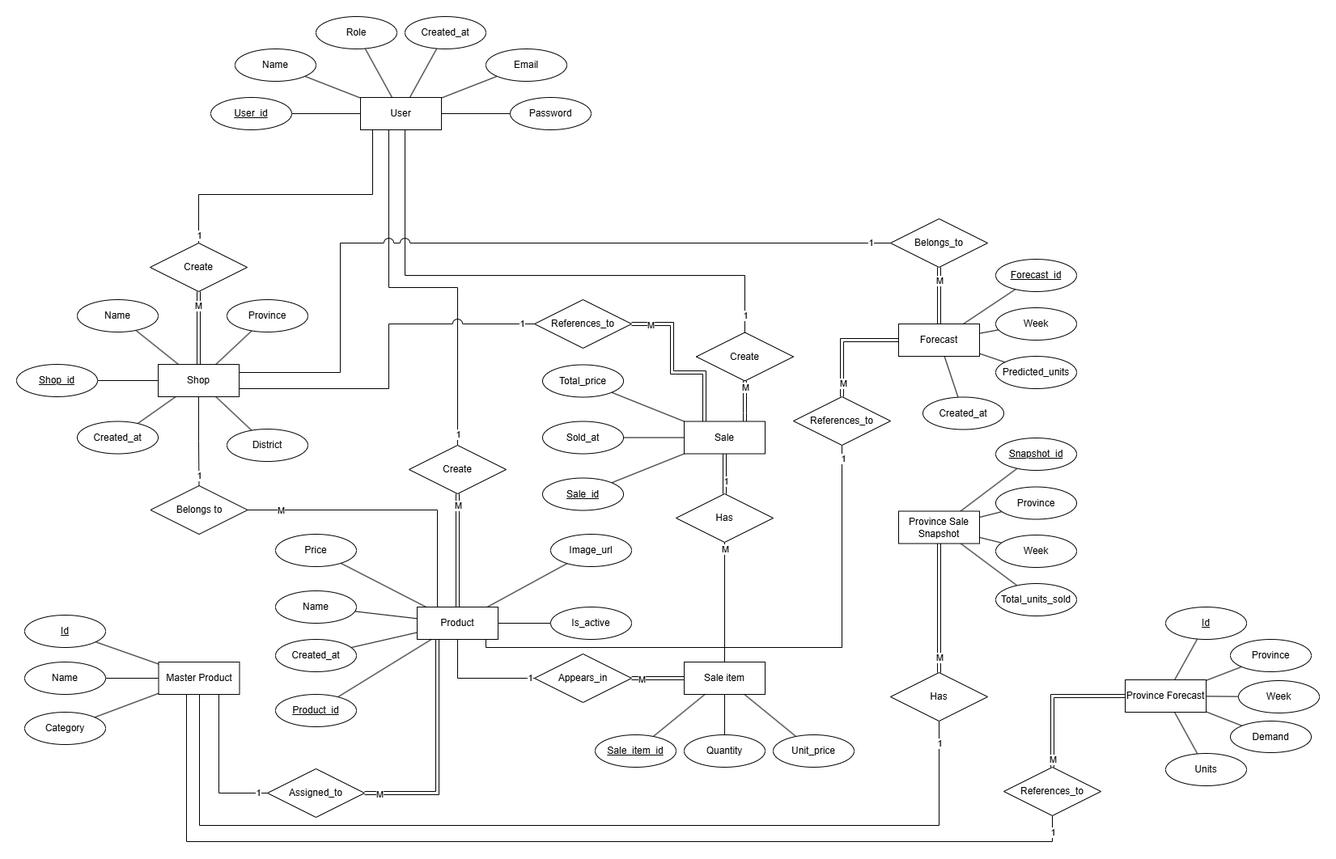
Earlier version of the draw.io export docs/database/er_exported.png (Poorna-Raj/zyntra-flow). Source tidied: cells renumbered, new cells last; positions are measured from the earlier drawing's top-left corner, leaving out a move shared by most shapes.
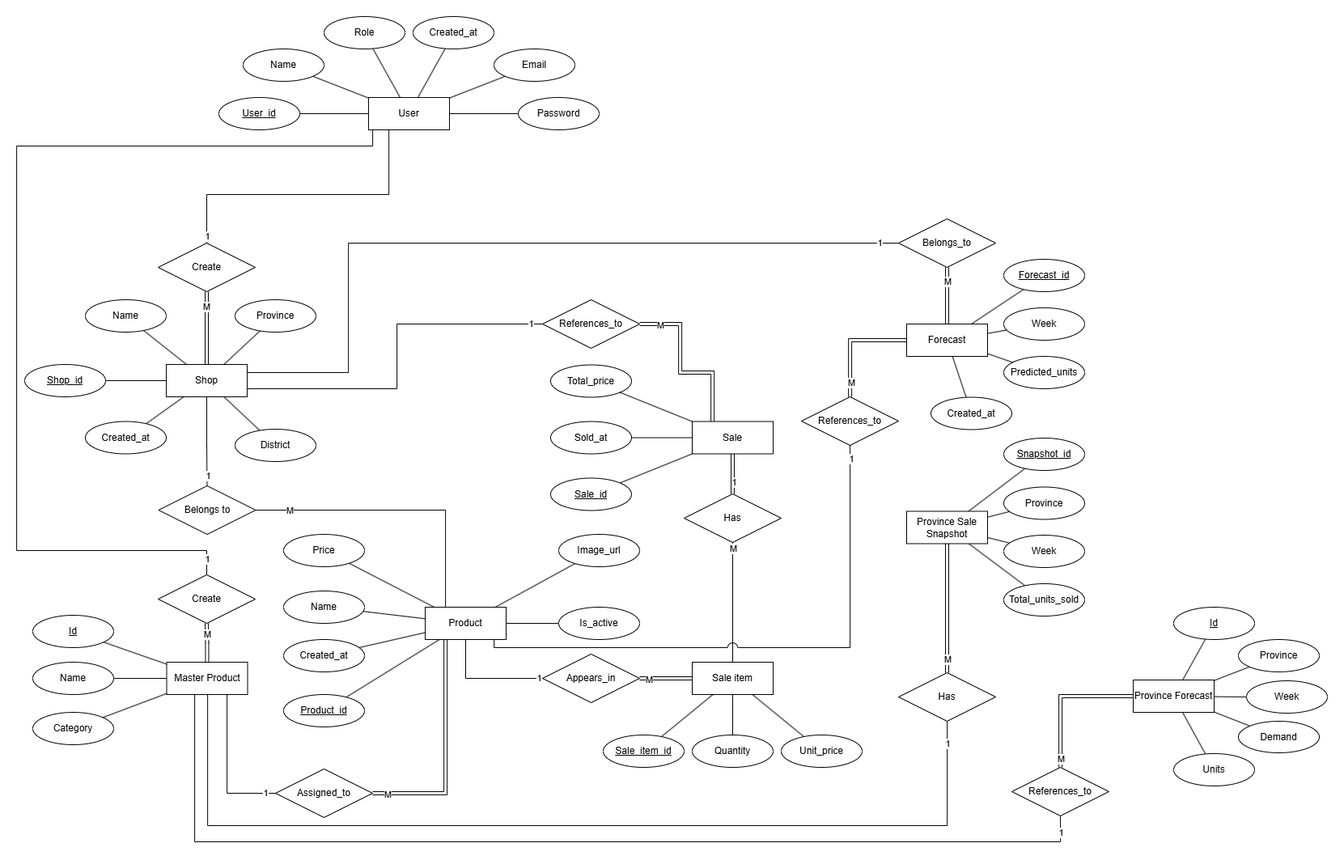
The same diagram one commit later.

Commit message:
remove redundant relationships

The edit, as a diff of the source:
```diff
@@ -2,30 +2,6 @@
   <root>
     <mxCell id="0" />
     <mxCell id="1" parent="0" />
-    <mxCell id="2" style="edgeStyle=orthogonalEdgeStyle;rounded=0;jettySize=auto;html=1;endArrow=none;endFill=0;" parent="1" edge="1" source="6" target="64">
-      <mxGeometry relative="1" as="geometry">
-        <Array as="points">
-          <mxPoint x="460" y="335" />
-          <mxPoint x="545" y="335" />
-        </Array>
-      </mxGeometry>
-    </mxCell>
-    <mxCell id="3" value="1" style="edgeLabel;html=1;align=center;verticalAlign=middle;" parent="2" vertex="1">
-      <mxGeometry x="0.94" relative="1" as="geometry" />
-    </mxCell>
-    <mxCell id="4" style="edgeStyle=orthogonalEdgeStyle;rounded=0;jettySize=auto;html=1;endArrow=none;endFill=0;" parent="1" edge="1" source="6" target="67">
-      <mxGeometry relative="1" as="geometry">
-        <Array as="points">
-          <mxPoint x="480" y="320" />
-          <mxPoint x="900" y="320" />
-        </Array>
-      </mxGeometry>
-    </mxCell>
-    <mxCell id="5" value="1" style="edgeLabel;html=1;align=center;verticalAlign=middle;" parent="4" vertex="1">
-      <mxGeometry x="0.94" y="2" relative="1" as="geometry">
-        <mxPoint x="-2" as="offset" />
-      </mxGeometry>
-    </mxCell>
     <mxCell id="6" value="User" style="whiteSpace=wrap;html=1;align=center;" parent="1" vertex="1">
       <mxGeometry x="425" y="100" width="100" height="40" as="geometry" />
     </mxCell>
@@ -68,9 +44,9 @@
     <mxCell id="19" style="edgeStyle=orthogonalEdgeStyle;rounded=0;jettySize=auto;html=1;endArrow=none;endFill=0;" parent="1" edge="1" source="22" target="50">
       <mxGeometry relative="1" as="geometry" />
     </mxCell>
-    <mxCell id="20" value="1" style="edgeLabel;html=1;align=center;verticalAlign=middle;" parent="19" vertex="1">
-      <mxGeometry x="0.77" relative="1" as="geometry" />
-    </mxCell>
+    <mxCell id="149" value="1" style="edgeLabel;html=1;align=center;verticalAlign=middle;" parent="19" vertex="1">
+      <mxGeometry x="0.77" relative="1" as="geometry" />
+    </mxCell>
     <mxCell id="21" style="rounded=0;jettySize=auto;html=1;endArrow=none;endFill=0;" parent="1" edge="1" source="22" target="69">
       <mxGeometry relative="1" as="geometry" />
     </mxCell>
@@ -104,24 +80,24 @@
     <mxCell id="31" style="edgeStyle=orthogonalEdgeStyle;rounded=0;jettySize=auto;html=1;endArrow=none;endFill=0;shape=link;" parent="1" edge="1" source="33" target="22">
       <mxGeometry relative="1" as="geometry" />
     </mxCell>
-    <mxCell id="32" value="M" style="edgeLabel;html=1;align=center;verticalAlign=middle;" parent="31" vertex="1">
-      <mxGeometry x="-0.63" y="-1" relative="1" as="geometry" />
-    </mxCell>
+    <mxCell id="150" value="M" style="edgeLabel;html=1;align=center;verticalAlign=middle;" parent="31" vertex="1">
+      <mxGeometry x="-0.63" y="-1" relative="1" as="geometry" />
+    </mxCell>
     <mxCell id="33" value="Create" style="shape=rhombus;perimeter=rhombusPerimeter;whiteSpace=wrap;html=1;align=center;" parent="1" vertex="1">
       <mxGeometry x="165" y="280" width="120" height="60" as="geometry" />
     </mxCell>
-    <mxCell id="34" style="edgeStyle=orthogonalEdgeStyle;rounded=0;jettySize=auto;html=1;endArrow=none;endFill=0;" parent="1" edge="1" source="6">
-      <mxGeometry relative="1" as="geometry">
-        <mxPoint x="225" y="280" as="targetPoint" />
-        <Array as="points">
-          <mxPoint x="440" y="220" />
-          <mxPoint x="225" y="220" />
-        </Array>
-      </mxGeometry>
-    </mxCell>
-    <mxCell id="35" value="1" style="edgeLabel;html=1;align=center;verticalAlign=middle;" parent="34" vertex="1">
-      <mxGeometry x="0.94" relative="1" as="geometry" />
-    </mxCell>
+    <mxCell id="151" style="edgeStyle=orthogonalEdgeStyle;rounded=0;jettySize=auto;html=1;endArrow=none;endFill=0;" parent="1" edge="1" source="6">
+      <mxGeometry relative="1" as="geometry">
+        <mxPoint x="225" y="280" as="targetPoint" />
+        <Array as="points">
+          <mxPoint x="450" y="220" />
+          <mxPoint x="225" y="220" />
+        </Array>
+      </mxGeometry>
+    </mxCell>
+    <mxCell id="152" value="1" style="edgeLabel;html=1;align=center;verticalAlign=middle;" parent="151" vertex="1">
+      <mxGeometry x="0.94" relative="1" as="geometry" />
+    </mxCell>
     <mxCell id="36" style="rounded=0;jettySize=auto;html=1;endArrow=none;endFill=0;" parent="1" edge="1" source="42" target="49">
       <mxGeometry relative="1" as="geometry" />
     </mxCell>
@@ -132,9 +108,9 @@
         </Array>
       </mxGeometry>
     </mxCell>
-    <mxCell id="38" value="M" style="edgeLabel;html=1;align=center;verticalAlign=middle;" parent="37" vertex="1">
-      <mxGeometry x="0.77" relative="1" as="geometry" />
-    </mxCell>
+    <mxCell id="153" value="M" style="edgeLabel;html=1;align=center;verticalAlign=middle;" parent="37" vertex="1">
+      <mxGeometry x="0.77" relative="1" as="geometry" />
+    </mxCell>
     <mxCell id="39" style="edgeStyle=orthogonalEdgeStyle;rounded=0;jettySize=auto;html=1;endArrow=none;endFill=0;" parent="1" edge="1" source="42" target="79">
       <mxGeometry relative="1" as="geometry">
         <Array as="points">
@@ -142,9 +118,9 @@
         </Array>
       </mxGeometry>
     </mxCell>
-    <mxCell id="40" value="1" style="edgeLabel;html=1;align=center;verticalAlign=middle;" parent="39" vertex="1">
-      <mxGeometry x="0.92" y="1" relative="1" as="geometry" />
-    </mxCell>
+    <mxCell id="154" value="1" style="edgeLabel;html=1;align=center;verticalAlign=middle;" parent="39" vertex="1">
+      <mxGeometry x="0.92" y="1" relative="1" as="geometry" />
+    </mxCell>
     <mxCell id="41" style="rounded=0;jettySize=auto;html=1;endArrow=none;endFill=0;" parent="1" edge="1" source="42" target="70">
       <mxGeometry relative="1" as="geometry" />
     </mxCell>
@@ -196,41 +172,18 @@
     <mxCell id="57" style="edgeStyle=orthogonalEdgeStyle;rounded=0;jettySize=auto;html=1;endArrow=none;endFill=0;shape=link;" parent="1" edge="1" source="61" target="52">
       <mxGeometry relative="1" as="geometry" />
     </mxCell>
-    <mxCell id="58" value="1" style="edgeLabel;html=1;align=center;verticalAlign=middle;" parent="57" vertex="1">
-      <mxGeometry x="-0.37" y="-1" relative="1" as="geometry" />
-    </mxCell>
+    <mxCell id="155" value="1" style="edgeLabel;html=1;align=center;verticalAlign=middle;" parent="57" vertex="1">
+      <mxGeometry x="-0.37" y="-1" relative="1" as="geometry" />
+    </mxCell>
     <mxCell id="59" style="edgeStyle=orthogonalEdgeStyle;rounded=0;jettySize=auto;html=1;endArrow=none;endFill=0;" parent="1" edge="1" source="61" target="68">
       <mxGeometry relative="1" as="geometry" />
     </mxCell>
-    <mxCell id="60" value="M" style="edgeLabel;html=1;align=center;verticalAlign=middle;" parent="59" vertex="1">
-      <mxGeometry x="-0.9" relative="1" as="geometry" />
-    </mxCell>
+    <mxCell id="156" value="M" style="edgeLabel;html=1;align=center;verticalAlign=middle;" parent="59" vertex="1">
+      <mxGeometry x="-0.9" relative="1" as="geometry" />
+    </mxCell>
     <mxCell id="61" value="Has" style="shape=rhombus;perimeter=rhombusPerimeter;whiteSpace=wrap;html=1;align=center;" parent="1" vertex="1">
       <mxGeometry x="815" y="590" width="120" height="60" as="geometry" />
     </mxCell>
-    <mxCell id="62" style="edgeStyle=orthogonalEdgeStyle;rounded=0;jettySize=auto;html=1;endArrow=none;endFill=0;shape=link;" parent="1" edge="1" source="64" target="42">
-      <mxGeometry relative="1" as="geometry" />
-    </mxCell>
-    <mxCell id="63" value="M" style="edgeLabel;html=1;align=center;verticalAlign=middle;" parent="62" vertex="1">
-      <mxGeometry x="-0.79" relative="1" as="geometry" />
-    </mxCell>
-    <mxCell id="64" value="Create" style="shape=rhombus;perimeter=rhombusPerimeter;whiteSpace=wrap;html=1;align=center;" parent="1" vertex="1">
-      <mxGeometry x="485" y="530" width="120" height="60" as="geometry" />
-    </mxCell>
-    <mxCell id="65" style="edgeStyle=orthogonalEdgeStyle;rounded=0;jettySize=auto;html=1;endArrow=none;endFill=0;shape=link;" parent="1" edge="1" source="67" target="52">
-      <mxGeometry relative="1" as="geometry">
-        <Array as="points">
-          <mxPoint x="900" y="490" />
-          <mxPoint x="900" y="490" />
-        </Array>
-      </mxGeometry>
-    </mxCell>
-    <mxCell id="66" value="M" style="edgeLabel;html=1;align=center;verticalAlign=middle;" parent="65" vertex="1">
-      <mxGeometry x="-0.67" relative="1" as="geometry" />
-    </mxCell>
-    <mxCell id="67" value="Create" style="shape=rhombus;perimeter=rhombusPerimeter;whiteSpace=wrap;html=1;align=center;" parent="1" vertex="1">
-      <mxGeometry x="840" y="390.5" width="120" height="60" as="geometry" />
-    </mxCell>
     <mxCell id="68" value="Sale item" style="whiteSpace=wrap;html=1;align=center;" parent="1" vertex="1">
       <mxGeometry x="825" y="798" width="100" height="40" as="geometry" />
     </mxCell>
@@ -249,9 +202,9 @@
         </Array>
       </mxGeometry>
     </mxCell>
-    <mxCell id="72" value="M" style="edgeLabel;html=1;align=center;verticalAlign=middle;" parent="71" vertex="1">
-      <mxGeometry x="-0.78" y="-1" relative="1" as="geometry" />
-    </mxCell>
+    <mxCell id="157" value="M" style="edgeLabel;html=1;align=center;verticalAlign=middle;" parent="71" vertex="1">
+      <mxGeometry x="-0.78" y="-1" relative="1" as="geometry" />
+    </mxCell>
     <mxCell id="73" style="edgeStyle=orthogonalEdgeStyle;rounded=0;jettySize=auto;html=1;jumpStyle=arc;jumpSize=12;endArrow=none;endFill=0;" parent="1" edge="1" source="75" target="22">
       <mxGeometry relative="1" as="geometry">
         <Array as="points">
@@ -260,11 +213,11 @@
         </Array>
       </mxGeometry>
     </mxCell>
-    <mxCell id="74" value="1" style="edgeLabel;html=1;align=center;verticalAlign=middle;" parent="73" vertex="1">
-      <mxGeometry x="-0.93" y="2" relative="1" as="geometry">
-        <mxPoint y="-3" as="offset" />
-      </mxGeometry>
-    </mxCell>
+    <mxCell id="158" value="1" style="edgeLabel;html=1;align=center;verticalAlign=middle;" parent="73" vertex="1">
+      <mxGeometry x="-0.93" y="2" relative="1" as="geometry">
+        <mxPoint y="-3" as="offset" />
+      </mxGeometry>
+    </mxCell>
     <mxCell id="75" value="References_to" style="shape=rhombus;perimeter=rhombusPerimeter;whiteSpace=wrap;html=1;align=center;" parent="1" vertex="1">
       <mxGeometry x="640" y="350" width="120" height="60" as="geometry" />
     </mxCell>
@@ -274,9 +227,9 @@
     <mxCell id="77" style="edgeStyle=orthogonalEdgeStyle;rounded=0;jettySize=auto;html=1;endArrow=none;endFill=0;shape=link;" parent="1" edge="1" source="79" target="68">
       <mxGeometry relative="1" as="geometry" />
     </mxCell>
-    <mxCell id="78" value="M" style="edgeLabel;html=1;align=center;verticalAlign=middle;" parent="77" vertex="1">
-      <mxGeometry x="-0.64" y="-1" relative="1" as="geometry" />
-    </mxCell>
+    <mxCell id="159" value="M" style="edgeLabel;html=1;align=center;verticalAlign=middle;" parent="77" vertex="1">
+      <mxGeometry x="-0.64" y="-1" relative="1" as="geometry" />
+    </mxCell>
     <mxCell id="79" value="Appears_in" style="shape=rhombus;perimeter=rhombusPerimeter;whiteSpace=wrap;html=1;align=center;" parent="1" vertex="1">
       <mxGeometry x="640" y="788" width="120" height="60" as="geometry" />
     </mxCell>
@@ -311,9 +264,15 @@
         </Array>
       </mxGeometry>
     </mxCell>
-    <mxCell id="89" value="1" style="edgeLabel;html=1;align=center;verticalAlign=middle;" parent="88" vertex="1">
-      <mxGeometry x="0.86" y="1" relative="1" as="geometry" />
-    </mxCell>
+    <mxCell id="160" value="1" style="edgeLabel;html=1;align=center;verticalAlign=middle;" parent="88" vertex="1">
+      <mxGeometry x="0.86" y="1" relative="1" as="geometry" />
+    </mxCell>
+    <mxCell id="161" style="edgeStyle=orthogonalEdgeStyle;rounded=0;jettySize=auto;html=1;endArrow=none;endFill=0;shape=link;" parent="1" edge="1" source="90" target="174">
+      <mxGeometry relative="1" as="geometry" />
+    </mxCell>
+    <mxCell id="162" value="M" style="edgeLabel;html=1;align=center;verticalAlign=middle;" parent="161" vertex="1">
+      <mxGeometry x="0.5" relative="1" as="geometry" />
+    </mxCell>
     <mxCell id="90" value="Master Product" style="whiteSpace=wrap;html=1;align=center;" parent="1" vertex="1">
       <mxGeometry x="175.5" y="798" width="100" height="40" as="geometry" />
     </mxCell>
@@ -342,9 +301,9 @@
         </Array>
       </mxGeometry>
     </mxCell>
-    <mxCell id="98" value="M" style="edgeLabel;html=1;align=center;verticalAlign=middle;" parent="97" vertex="1">
-      <mxGeometry x="-0.87" y="-1" relative="1" as="geometry" />
-    </mxCell>
+    <mxCell id="163" value="M" style="edgeLabel;html=1;align=center;verticalAlign=middle;" parent="97" vertex="1">
+      <mxGeometry x="-0.87" y="-1" relative="1" as="geometry" />
+    </mxCell>
     <mxCell id="99" value="Assigned_to" style="shape=rhombus;perimeter=rhombusPerimeter;whiteSpace=wrap;html=1;align=center;" parent="1" vertex="1">
       <mxGeometry x="310" y="930" width="120" height="60" as="geometry" />
     </mxCell>
@@ -363,9 +322,9 @@
     <mxCell id="104" style="edgeStyle=orthogonalEdgeStyle;rounded=0;jettySize=auto;html=1;endArrow=none;endFill=0;shape=link;" parent="1" edge="1" source="106" target="113">
       <mxGeometry relative="1" as="geometry" />
     </mxCell>
-    <mxCell id="105" value="M" style="edgeLabel;html=1;align=center;verticalAlign=middle;" parent="104" vertex="1">
-      <mxGeometry x="0.77" relative="1" as="geometry" />
-    </mxCell>
+    <mxCell id="164" value="M" style="edgeLabel;html=1;align=center;verticalAlign=middle;" parent="104" vertex="1">
+      <mxGeometry x="0.77" relative="1" as="geometry" />
+    </mxCell>
     <mxCell id="106" value="Province Sale Snapshot" style="whiteSpace=wrap;html=1;align=center;" parent="1" vertex="1">
       <mxGeometry x="1090" y="611.5" width="100" height="40" as="geometry" />
     </mxCell>
@@ -389,24 +348,24 @@
         </Array>
       </mxGeometry>
     </mxCell>
-    <mxCell id="112" value="1" style="edgeLabel;html=1;align=center;verticalAlign=middle;" parent="111" vertex="1">
-      <mxGeometry x="-0.96" relative="1" as="geometry" />
-    </mxCell>
+    <mxCell id="165" value="1" style="edgeLabel;html=1;align=center;verticalAlign=middle;" parent="111" vertex="1">
+      <mxGeometry x="-0.96" relative="1" as="geometry" />
+    </mxCell>
     <mxCell id="113" value="Has" style="shape=rhombus;perimeter=rhombusPerimeter;whiteSpace=wrap;html=1;align=center;" parent="1" vertex="1">
       <mxGeometry x="1080" y="811" width="120" height="60" as="geometry" />
     </mxCell>
     <mxCell id="114" style="edgeStyle=orthogonalEdgeStyle;rounded=0;jettySize=auto;html=1;endArrow=none;endFill=0;shape=link;" parent="1" edge="1" source="118" target="129">
       <mxGeometry relative="1" as="geometry" />
     </mxCell>
-    <mxCell id="115" value="M" style="edgeLabel;html=1;align=center;verticalAlign=middle;" parent="114" vertex="1">
-      <mxGeometry x="0.53" relative="1" as="geometry" />
-    </mxCell>
+    <mxCell id="166" value="M" style="edgeLabel;html=1;align=center;verticalAlign=middle;" parent="114" vertex="1">
+      <mxGeometry x="0.53" relative="1" as="geometry" />
+    </mxCell>
     <mxCell id="116" style="rounded=0;jettySize=auto;html=1;edgeStyle=orthogonalEdgeStyle;endArrow=none;endFill=0;shape=link;" parent="1" edge="1" source="118" target="132">
       <mxGeometry relative="1" as="geometry" />
     </mxCell>
-    <mxCell id="117" value="M" style="edgeLabel;html=1;align=center;verticalAlign=middle;" parent="116" vertex="1">
-      <mxGeometry x="0.75" y="1" relative="1" as="geometry" />
-    </mxCell>
+    <mxCell id="167" value="M" style="edgeLabel;html=1;align=center;verticalAlign=middle;" parent="116" vertex="1">
+      <mxGeometry x="0.75" y="1" relative="1" as="geometry" />
+    </mxCell>
     <mxCell id="118" value="Forecast" style="whiteSpace=wrap;html=1;align=center;" parent="1" vertex="1">
       <mxGeometry x="1090" y="380" width="100" height="40" as="geometry" />
     </mxCell>
@@ -442,23 +401,12 @@
         </Array>
       </mxGeometry>
     </mxCell>
-    <mxCell id="128" value="1" style="edgeLabel;html=1;align=center;verticalAlign=middle;" parent="127" vertex="1">
-      <mxGeometry x="-0.95" y="-1" relative="1" as="geometry" />
-    </mxCell>
+    <mxCell id="168" value="1" style="edgeLabel;html=1;align=center;verticalAlign=middle;" parent="127" vertex="1">
+      <mxGeometry x="-0.95" y="-1" relative="1" as="geometry" />
+    </mxCell>
     <mxCell id="129" value="Belongs_to" style="shape=rhombus;perimeter=rhombusPerimeter;whiteSpace=wrap;html=1;align=center;" parent="1" vertex="1">
       <mxGeometry x="1080" y="250" width="120" height="60" as="geometry" />
     </mxCell>
-    <mxCell id="130" style="edgeStyle=orthogonalEdgeStyle;rounded=0;jettySize=auto;html=1;endArrow=none;endFill=0;" parent="1" edge="1" source="132" target="42">
-      <mxGeometry relative="1" as="geometry">
-        <Array as="points">
-          <mxPoint x="1020" y="780" />
-          <mxPoint x="580" y="780" />
-        </Array>
-      </mxGeometry>
-    </mxCell>
-    <mxCell id="131" value="1" style="edgeLabel;html=1;align=center;verticalAlign=middle;" parent="130" vertex="1">
-      <mxGeometry x="-0.96" y="1" relative="1" as="geometry" />
-    </mxCell>
     <mxCell id="132" value="References_to" style="shape=rhombus;perimeter=rhombusPerimeter;whiteSpace=wrap;html=1;align=center;" parent="1" vertex="1">
       <mxGeometry x="960" y="470" width="120" height="60" as="geometry" />
     </mxCell>
@@ -502,9 +450,9 @@
         </Array>
       </mxGeometry>
     </mxCell>
-    <mxCell id="145" value="M" style="edgeLabel;html=1;align=center;verticalAlign=middle;" parent="144" vertex="1">
-      <mxGeometry x="-0.88" relative="1" as="geometry" />
-    </mxCell>
+    <mxCell id="169" value="M" style="edgeLabel;html=1;align=center;verticalAlign=middle;" parent="144" vertex="1">
+      <mxGeometry x="-0.88" relative="1" as="geometry" />
+    </mxCell>
     <mxCell id="146" style="edgeStyle=orthogonalEdgeStyle;rounded=0;jettySize=auto;html=1;endArrow=none;endFill=0;" parent="1" edge="1" source="148" target="90">
       <mxGeometry relative="1" as="geometry">
         <Array as="points">
@@ -513,13 +461,42 @@
         </Array>
       </mxGeometry>
     </mxCell>
-    <mxCell id="147" value="1" style="edgeLabel;html=1;align=center;verticalAlign=middle;" parent="146" vertex="1">
-      <mxGeometry x="-0.97" y="2" relative="1" as="geometry">
-        <mxPoint x="-2" as="offset" />
-      </mxGeometry>
-    </mxCell>
+    <mxCell id="170" value="1" style="edgeLabel;html=1;align=center;verticalAlign=middle;" parent="146" vertex="1">
+      <mxGeometry x="-0.97" y="2" relative="1" as="geometry">
+        <mxPoint x="-2" as="offset" />
+      </mxGeometry>
+    </mxCell>
     <mxCell id="148" value="References_to" style="shape=rhombus;perimeter=rhombusPerimeter;whiteSpace=wrap;html=1;align=center;" parent="1" vertex="1">
       <mxGeometry x="1220" y="928" width="120" height="60" as="geometry" />
     </mxCell>
+    <mxCell id="130" style="edgeStyle=orthogonalEdgeStyle;rounded=0;jettySize=auto;html=1;endArrow=none;endFill=0;jumpStyle=arc;jumpSize=12;" parent="1" edge="1" source="132" target="42">
+      <mxGeometry relative="1" as="geometry">
+        <Array as="points">
+          <mxPoint x="1020" y="780" />
+          <mxPoint x="580" y="780" />
+        </Array>
+      </mxGeometry>
+    </mxCell>
+    <mxCell id="171" value="1" style="edgeLabel;html=1;align=center;verticalAlign=middle;" parent="130" vertex="1">
+      <mxGeometry x="-0.96" y="1" relative="1" as="geometry" />
+    </mxCell>
+    <mxCell id="172" style="edgeStyle=orthogonalEdgeStyle;rounded=0;jettySize=auto;html=1;endArrow=none;endFill=0;" parent="1" edge="1" source="174" target="6">
+      <mxGeometry relative="1" as="geometry">
+        <Array as="points">
+          <mxPoint x="225" y="660" />
+          <mxPoint x="-10" y="660" />
+          <mxPoint x="-10" y="160" />
+          <mxPoint x="430" y="160" />
+        </Array>
+      </mxGeometry>
+    </mxCell>
+    <mxCell id="173" value="1" style="edgeLabel;html=1;align=center;verticalAlign=middle;" parent="172" vertex="1">
+      <mxGeometry x="-0.97" y="-1" relative="1" as="geometry">
+        <mxPoint x="-1" as="offset" />
+      </mxGeometry>
+    </mxCell>
+    <mxCell id="174" value="Create" style="shape=rhombus;perimeter=rhombusPerimeter;whiteSpace=wrap;html=1;align=center;" parent="1" vertex="1">
+      <mxGeometry x="165" y="690" width="120" height="60" as="geometry" />
+    </mxCell>
   </root>
 </mxGraphModel>
```
